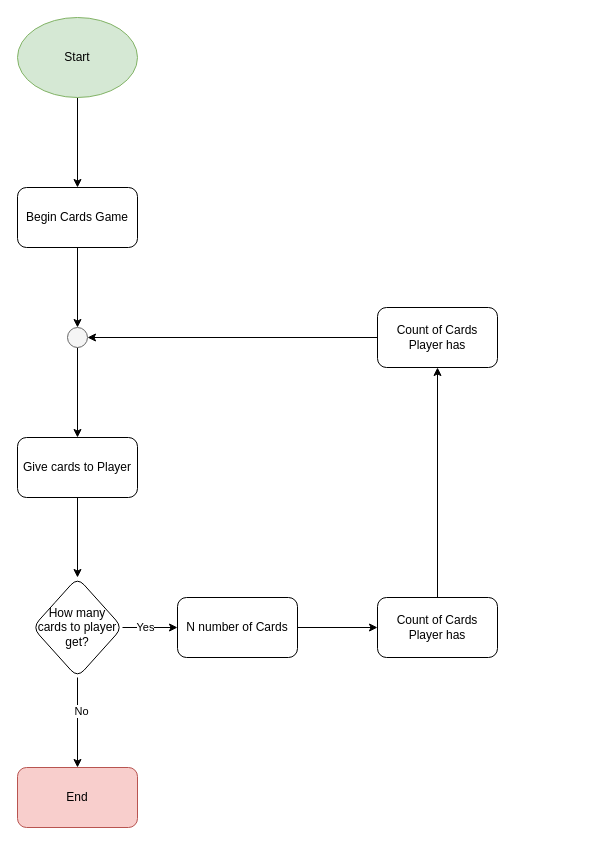
The draw.io diagram Card Game (N) Process Diagram.drawio in matkiai/me_and_myself, before the edit. Source tidied: cells renumbered, new cells numbered last; positions are measured from the earlier drawing's top-left corner, leaving out a move shared by most shapes. Both pictures are drawn from the tidied source at 100%, with x=0, y=0 at pixel (17, 17).
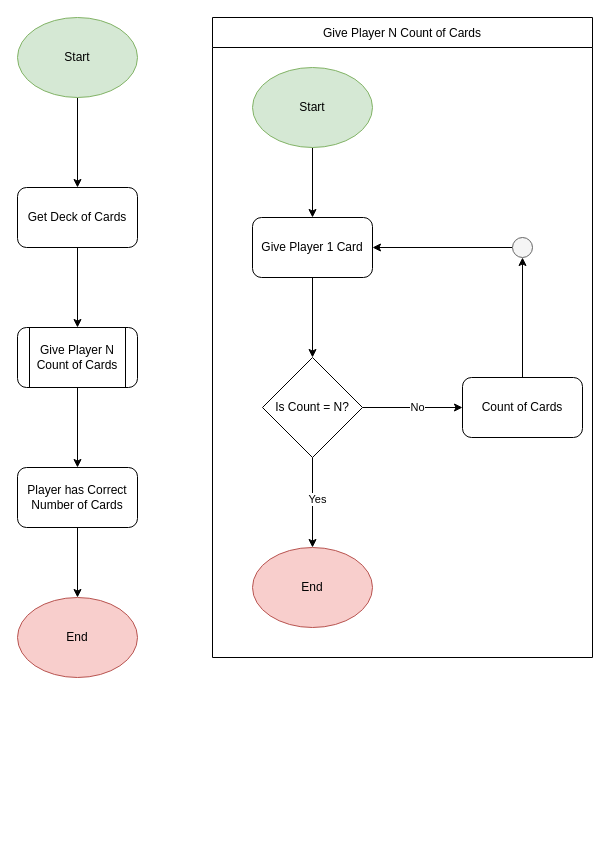
After the change.

The edit, as a diff of the source:
```diff
@@
-    <mxCell id="4" style="edgeStyle=orthogonalEdgeStyle;rounded=0;jettySize=auto;html=1;" parent="1" edge="1" source="5" target="21">
-      <mxGeometry relative="1" as="geometry" />
-    </mxCell>
+    <mxCell id="22" style="edgeStyle=orthogonalEdgeStyle;rounded=0;jettySize=auto;html=1;" parent="1" edge="1" source="5" target="24">
+      <mxGeometry relative="1" as="geometry" />
+    </mxCell>
-    <mxCell id="5" value="Begin Cards Game" style="rounded=1;whiteSpace=wrap;html=1;" parent="1" vertex="1">
+    <mxCell id="5" value="Get Deck of Cards" style="rounded=1;whiteSpace=wrap;html=1;" parent="1" vertex="1">
       <mxGeometry y="170" width="120" height="60" as="geometry" />
     </mxCell>
-    <mxCell id="6" style="edgeStyle=orthogonalEdgeStyle;rounded=0;jettySize=auto;html=1;" parent="1" edge="1" source="7" target="12">
-      <mxGeometry relative="1" as="geometry" />
-    </mxCell>
-    <mxCell id="7" value="Give cards to Player" style="rounded=1;whiteSpace=wrap;html=1;" parent="1" vertex="1">
-      <mxGeometry y="420" width="120" height="60" as="geometry" />
-    </mxCell>
-    <mxCell id="8" style="edgeStyle=orthogonalEdgeStyle;rounded=0;jettySize=auto;html=1;" parent="1" edge="1" source="12" target="14">
-      <mxGeometry relative="1" as="geometry" />
-    </mxCell>
+    <mxCell id="23" style="edgeStyle=orthogonalEdgeStyle;rounded=0;jettySize=auto;html=1;" parent="1" edge="1" source="24" target="42">
+      <mxGeometry relative="1" as="geometry" />
+    </mxCell>
+    <mxCell id="24" value="Give Player N Count of Cards" style="shape=process;whiteSpace=wrap;html=1;backgroundOutline=1;rounded=1;" parent="1" vertex="1">
+      <mxGeometry y="310" width="120" height="60" as="geometry" />
+    </mxCell>
+    <mxCell id="25" value="Give Player N Count of Cards" style="shape=table;startSize=30;childLayout=tableLayout;" parent="1" vertex="1">
+      <mxGeometry x="195" width="380" height="640" as="geometry" />
+    </mxCell>
+    <mxCell id="26" style="shape=tableRow;horizontal=0;startSize=0;swimlaneHead=0;swimlaneBody=0;strokeColor=inherit;top=0;left=0;bottom=0;right=0;fillColor=none;" parent="25" vertex="1">
+      <mxGeometry y="30" width="380" height="610" as="geometry" />
+    </mxCell>
+    <mxCell id="27" style="shape=partialRectangle;html=1;whiteSpace=wrap;strokeColor=inherit;overflow=hidden;fillColor=none;top=0;left=0;bottom=0;right=0;" parent="26" vertex="1">
+      <mxGeometry width="380" height="610" as="geometry" />
+    </mxCell>
+    <mxCell id="28" style="edgeStyle=orthogonalEdgeStyle;rounded=0;jettySize=auto;html=1;" parent="1" edge="1" source="29" target="33">
+      <mxGeometry relative="1" as="geometry" />
+    </mxCell>
+    <mxCell id="29" value="Start" style="ellipse;whiteSpace=wrap;html=1;fillColor=#d5e8d4;strokeColor=#82b366;" parent="1" vertex="1">
+      <mxGeometry x="235" y="50" width="120" height="80" as="geometry" />
+    </mxCell>
+    <mxCell id="30" value="End" style="ellipse;whiteSpace=wrap;html=1;fillColor=#f8cecc;strokeColor=#b85450;" parent="1" vertex="1">
+      <mxGeometry y="580" width="120" height="80" as="geometry" />
+    </mxCell>
+    <mxCell id="31" value="End" style="ellipse;whiteSpace=wrap;html=1;fillColor=#f8cecc;strokeColor=#b85450;" parent="1" vertex="1">
+      <mxGeometry x="235" y="530" width="120" height="80" as="geometry" />
+    </mxCell>
+    <mxCell id="32" style="edgeStyle=orthogonalEdgeStyle;rounded=0;jettySize=auto;html=1;" parent="1" edge="1" source="33" target="40">
+      <mxGeometry relative="1" as="geometry" />
+    </mxCell>
+    <mxCell id="33" value="Give Player 1 Card" style="rounded=1;whiteSpace=wrap;html=1;" parent="1" vertex="1">
+      <mxGeometry x="235" y="200" width="120" height="60" as="geometry" />
+    </mxCell>
+    <mxCell id="34" style="edgeStyle=orthogonalEdgeStyle;rounded=0;jettySize=auto;html=1;" parent="1" edge="1" source="35" target="37">
+      <mxGeometry relative="1" as="geometry" />
+    </mxCell>
+    <mxCell id="35" value="Count of Cards" style="rounded=1;whiteSpace=wrap;html=1;" parent="1" vertex="1">
+      <mxGeometry x="445" y="360" width="120" height="60" as="geometry" />
+    </mxCell>
+    <mxCell id="36" style="edgeStyle=orthogonalEdgeStyle;rounded=0;jettySize=auto;html=1;" parent="1" edge="1" source="37" target="33">
+      <mxGeometry relative="1" as="geometry" />
+    </mxCell>
+    <mxCell id="37" style="ellipse;whiteSpace=wrap;html=1;fillColor=#f5f5f5;fontColor=#333333;strokeColor=#666666;" parent="1" vertex="1">
+      <mxGeometry x="495" y="220" width="20" height="20" as="geometry" />
+    </mxCell>
+    <mxCell id="38" style="edgeStyle=orthogonalEdgeStyle;rounded=0;jettySize=auto;html=1;" parent="1" edge="1" source="40" target="35">
+      <mxGeometry relative="1" as="geometry" />
+    </mxCell>
+    <mxCell id="11" value="No" style="edgeLabel;html=1;align=center;verticalAlign=middle;" parent="38" vertex="1">
+      <mxGeometry x="0.08" y="1" relative="1" as="geometry" />
+    </mxCell>
+    <mxCell id="39" style="edgeStyle=orthogonalEdgeStyle;rounded=0;jettySize=auto;html=1;" parent="1" edge="1" source="40" target="31">
+      <mxGeometry relative="1" as="geometry" />
+    </mxCell>
-    <mxCell id="9" value="Yes" style="edgeLabel;html=1;align=center;verticalAlign=middle;" parent="8" vertex="1">
-      <mxGeometry x="-0.2" y="1" relative="1" as="geometry" />
+    <mxCell id="9" value="Yes" style="edgeLabel;html=1;align=center;verticalAlign=middle;" parent="39" vertex="1">
+      <mxGeometry x="-0.09" y="4" relative="1" as="geometry" />
     </mxCell>
-    <mxCell id="10" style="edgeStyle=orthogonalEdgeStyle;rounded=0;jettySize=auto;html=1;" parent="1" edge="1" source="12" target="15">
-      <mxGeometry relative="1" as="geometry" />
-    </mxCell>
-    <mxCell id="11" value="No" style="edgeLabel;html=1;align=center;verticalAlign=middle;" parent="10" vertex="1">
-      <mxGeometry x="-0.26" y="3" relative="1" as="geometry" />
-    </mxCell>
-    <mxCell id="12" value="How many cards to player get?" style="rhombus;whiteSpace=wrap;html=1;rounded=1;" parent="1" vertex="1">
-      <mxGeometry x="15" y="560" width="90" height="100" as="geometry" />
-    </mxCell>
-    <mxCell id="13" style="edgeStyle=orthogonalEdgeStyle;rounded=0;jettySize=auto;html=1;" parent="1" edge="1" source="14" target="17">
-      <mxGeometry relative="1" as="geometry" />
-    </mxCell>
-    <mxCell id="14" value="N number of Cards" style="whiteSpace=wrap;html=1;rounded=1;" parent="1" vertex="1">
-      <mxGeometry x="160" y="580" width="120" height="60" as="geometry" />
-    </mxCell>
-    <mxCell id="15" value="End" style="rounded=1;whiteSpace=wrap;html=1;fillColor=#f8cecc;strokeColor=#b85450;" parent="1" vertex="1">
-      <mxGeometry y="750" width="120" height="60" as="geometry" />
-    </mxCell>
-    <mxCell id="16" style="edgeStyle=orthogonalEdgeStyle;rounded=0;jettySize=auto;html=1;" parent="1" edge="1" source="17" target="19">
-      <mxGeometry relative="1" as="geometry" />
-    </mxCell>
-    <mxCell id="17" value="Count of Cards Player has" style="whiteSpace=wrap;html=1;rounded=1;" parent="1" vertex="1">
-      <mxGeometry x="360" y="580" width="120" height="60" as="geometry" />
-    </mxCell>
-    <mxCell id="18" style="edgeStyle=orthogonalEdgeStyle;rounded=0;jettySize=auto;html=1;" parent="1" edge="1" source="19" target="21">
-      <mxGeometry relative="1" as="geometry" />
-    </mxCell>
-    <mxCell id="19" value="Count of Cards Player has" style="whiteSpace=wrap;html=1;rounded=1;" parent="1" vertex="1">
-      <mxGeometry x="360" y="290" width="120" height="60" as="geometry" />
-    </mxCell>
-    <mxCell id="20" style="edgeStyle=orthogonalEdgeStyle;rounded=0;jettySize=auto;html=1;" parent="1" edge="1" source="21" target="7">
-      <mxGeometry relative="1" as="geometry" />
-    </mxCell>
-    <mxCell id="21" style="ellipse;whiteSpace=wrap;html=1;fillColor=#f5f5f5;fontColor=#333333;strokeColor=#666666;" parent="1" vertex="1">
-      <mxGeometry x="50" y="310" width="20" height="20" as="geometry" />
-    </mxCell>
+    <mxCell id="40" value="Is Count = N?" style="rhombus;whiteSpace=wrap;html=1;" parent="1" vertex="1">
+      <mxGeometry x="245" y="340" width="100" height="100" as="geometry" />
+    </mxCell>
+    <mxCell id="41" style="edgeStyle=orthogonalEdgeStyle;rounded=0;jettySize=auto;html=1;" parent="1" edge="1" source="42" target="30">
+      <mxGeometry relative="1" as="geometry" />
+    </mxCell>
+    <mxCell id="42" value="Player has Correct Number of Cards" style="rounded=1;whiteSpace=wrap;html=1;" parent="1" vertex="1">
+      <mxGeometry y="450" width="120" height="60" as="geometry" />
+    </mxCell>
```
